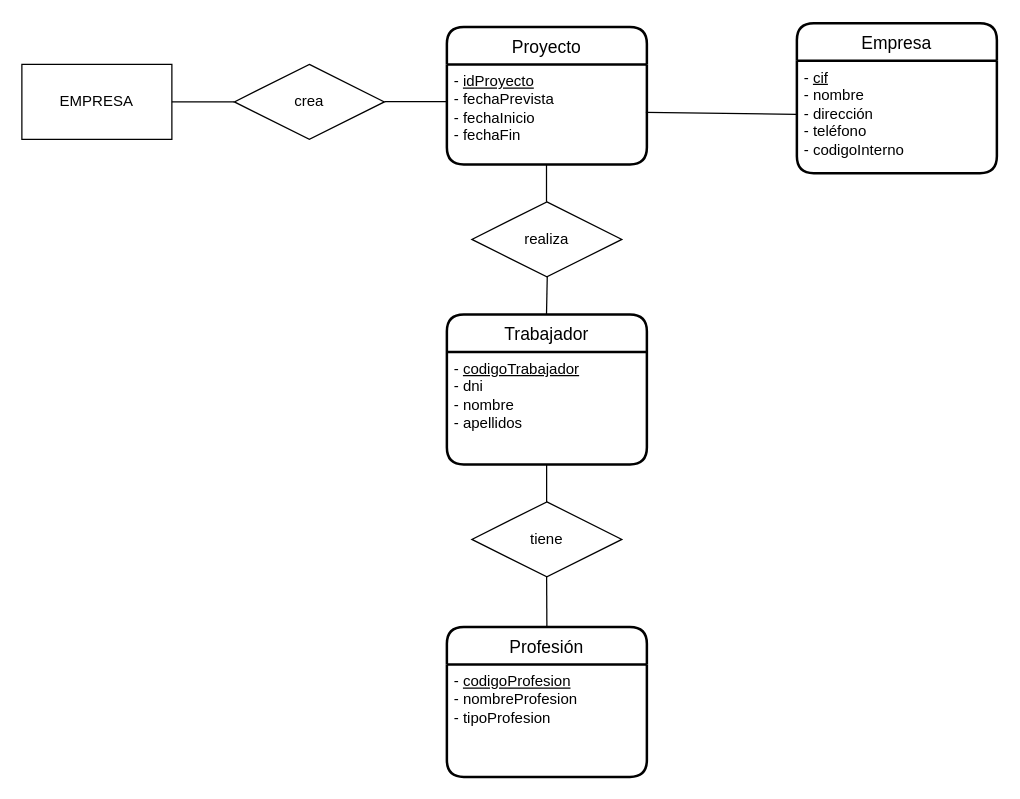
The draw.io diagram ex12.drawio in JuanMarinG/TA12_MYSQL, before the edit. Source tidied: cells renumbered, new cells numbered last; positions are measured from the earlier drawing's top-left corner, leaving out a move shared by most shapes. Both pictures are drawn from the tidied source at 125%, with x=0, y=0 at pixel (21, 22).
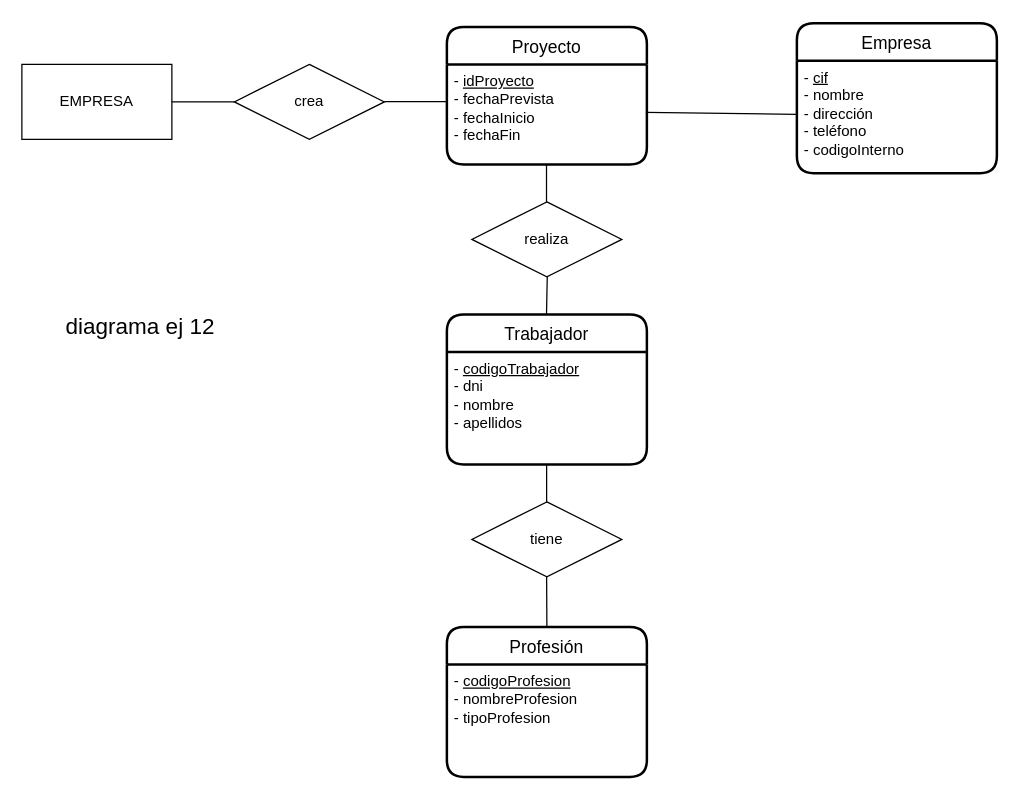
The same page after the edit.

Commit message:
nombre diagrama

Diff of the diagram source:
```diff
@@
+    <mxCell id="22" value="&lt;font style=&quot;font-size: 18px;&quot;&gt;diagrama ej 12&lt;/font&gt;" style="text;html=1;strokeColor=none;fillColor=none;align=center;verticalAlign=middle;whiteSpace=wrap;rounded=0;" parent="1" vertex="1">
+      <mxGeometry x="10" y="203" width="170" height="80" as="geometry" />
+    </mxCell>
```
